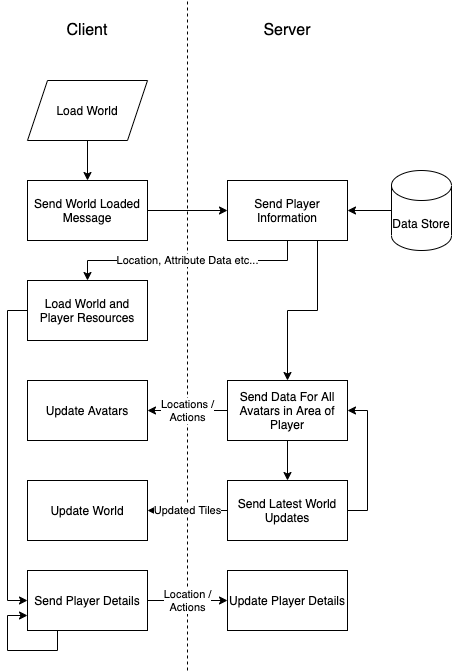
This is documentation/requirements/images/workflow_updating_world_data.drawio.png from snowmeltarcade/projectbirdracing, a draw.io export, as it was before one commit. Source tidied: cells renumbered, new cells last; positions are measured from the earlier drawing's top-left corner, leaving out a move shared by most shapes. Source of this version:
```xml
<mxGraphModel>
  <root>
    <mxCell id="0" />
    <mxCell id="1" parent="0" />
    <mxCell id="2" value="&lt;font style=&quot;font-size: 16px&quot;&gt;Client&lt;/font&gt;" style="text;html=1;strokeColor=none;fillColor=none;align=center;verticalAlign=middle;whiteSpace=wrap;rounded=0;" parent="1" vertex="1">
      <mxGeometry x="60" y="20" width="40" height="20" as="geometry" />
    </mxCell>
    <mxCell id="3" value="&lt;font style=&quot;font-size: 16px&quot;&gt;Server&lt;/font&gt;" style="text;html=1;strokeColor=none;fillColor=none;align=center;verticalAlign=middle;whiteSpace=wrap;rounded=0;" parent="1" vertex="1">
      <mxGeometry x="260" y="20" width="40" height="20" as="geometry" />
    </mxCell>
    <mxCell id="4" style="endArrow=none;dashed=1;html=1;" parent="1" edge="1">
      <mxGeometry relative="1" as="geometry">
        <mxPoint x="180" y="670" as="sourcePoint" />
        <mxPoint x="180" as="targetPoint" />
      </mxGeometry>
    </mxCell>
    <mxCell id="5" style="edgeStyle=orthogonalEdgeStyle;rounded=0;jettySize=auto;html=1;" parent="1" edge="1" source="6" target="8">
      <mxGeometry relative="1" as="geometry" />
    </mxCell>
    <mxCell id="6" value="Load World" style="shape=parallelogram;perimeter=parallelogramPerimeter;whiteSpace=wrap;html=1;fixedSize=1;" parent="1" vertex="1">
      <mxGeometry x="20" y="80" width="120" height="60" as="geometry" />
    </mxCell>
    <mxCell id="7" style="edgeStyle=orthogonalEdgeStyle;rounded=0;jettySize=auto;html=1;" parent="1" edge="1" source="8" target="11">
      <mxGeometry relative="1" as="geometry" />
    </mxCell>
    <mxCell id="8" value="Send World Loaded Message" style="rounded=0;whiteSpace=wrap;html=1;" parent="1" vertex="1">
      <mxGeometry x="20" y="180" width="120" height="60" as="geometry" />
    </mxCell>
    <mxCell id="9" value="Location, Attribute Data etc..." style="edgeStyle=orthogonalEdgeStyle;rounded=0;jettySize=auto;html=1;exitX=0.5;exitY=1;exitDx=0;exitDy=0;entryX=0.5;entryY=0;entryDx=0;entryDy=0;" parent="1" edge="1" source="11" target="15">
      <mxGeometry relative="1" as="geometry" />
    </mxCell>
    <mxCell id="10" style="edgeStyle=orthogonalEdgeStyle;rounded=0;jettySize=auto;html=1;exitX=0.75;exitY=1;exitDx=0;exitDy=0;" parent="1" edge="1" source="11" target="19">
      <mxGeometry relative="1" as="geometry" />
    </mxCell>
    <mxCell id="11" value="Send Player Information&lt;span style=&quot;color: rgba(0 , 0 , 0 , 0) ; font-family: monospace ; font-size: 0px&quot;&gt;%3CmxGraphModel%3E%3Croot%3E%3CmxCell%20id%3D%220%22%2F%3E%3CmxCell%20id%3D%221%22%20parent%3D%220%22%2F%3E%3CmxCell%20id%3D%222%22%20value%3D%22Data%20Store%22%20style%3D%22shape%3Dcylinder3%3BwhiteSpace%3Dwrap%3Bhtml%3D1%3BboundedLbl%3D1%3BbackgroundOutline%3D1%3Bsize%3D15%3B%22%20vertex%3D%221%22%20parent%3D%221%22%3E%3CmxGeometry%20x%3D%22370%22%20y%3D%22460%22%20width%3D%2260%22%20height%3D%2280%22%20as%3D%22geometry%22%2F%3E%3C%2FmxCell%3E%3C%2Froot%3E%3C%2FmxGraphModel%3E&lt;/span&gt;" style="rounded=0;whiteSpace=wrap;html=1;" parent="1" vertex="1">
      <mxGeometry x="220" y="180" width="120" height="60" as="geometry" />
    </mxCell>
    <mxCell id="12" style="edgeStyle=orthogonalEdgeStyle;rounded=0;jettySize=auto;html=1;exitX=0;exitY=0.5;exitDx=0;exitDy=0;exitPerimeter=0;entryX=1;entryY=0.5;entryDx=0;entryDy=0;" parent="1" edge="1" source="13" target="11">
      <mxGeometry relative="1" as="geometry" />
    </mxCell>
    <mxCell id="13" value="Data Store" style="shape=cylinder3;whiteSpace=wrap;html=1;boundedLbl=1;backgroundOutline=1;size=15;" parent="1" vertex="1">
      <mxGeometry x="384" y="170" width="60" height="80" as="geometry" />
    </mxCell>
    <mxCell id="14" style="edgeStyle=orthogonalEdgeStyle;rounded=0;jettySize=auto;html=1;exitX=0;exitY=0.5;exitDx=0;exitDy=0;entryX=0;entryY=0.5;entryDx=0;entryDy=0;" parent="1" edge="1" source="15" target="25">
      <mxGeometry relative="1" as="geometry" />
    </mxCell>
    <mxCell id="15" value="Load World and Player Resources" style="rounded=0;whiteSpace=wrap;html=1;" parent="1" vertex="1">
      <mxGeometry x="20" y="280" width="120" height="60" as="geometry" />
    </mxCell>
    <mxCell id="16" value="Update Avatars" style="rounded=0;whiteSpace=wrap;html=1;" parent="1" vertex="1">
      <mxGeometry x="20" y="380" width="120" height="60" as="geometry" />
    </mxCell>
    <mxCell id="17" value="Locations /&lt;br&gt;Actions" style="edgeStyle=orthogonalEdgeStyle;rounded=0;jettySize=auto;html=1;" parent="1" edge="1" source="19" target="16">
      <mxGeometry relative="1" as="geometry" />
    </mxCell>
    <mxCell id="18" style="edgeStyle=orthogonalEdgeStyle;rounded=0;jettySize=auto;html=1;" parent="1" edge="1" source="19" target="22">
      <mxGeometry relative="1" as="geometry" />
    </mxCell>
    <mxCell id="19" value="Send Data For All Avatars in Area of Player" style="rounded=0;whiteSpace=wrap;html=1;" parent="1" vertex="1">
      <mxGeometry x="220" y="380" width="120" height="60" as="geometry" />
    </mxCell>
    <mxCell id="20" value="Updated Tiles" style="edgeStyle=orthogonalEdgeStyle;rounded=0;jettySize=auto;html=1;" parent="1" edge="1" source="22" target="23">
      <mxGeometry relative="1" as="geometry" />
    </mxCell>
    <mxCell id="21" style="edgeStyle=orthogonalEdgeStyle;rounded=0;jettySize=auto;html=1;exitX=1;exitY=0.5;exitDx=0;exitDy=0;entryX=1;entryY=0.5;entryDx=0;entryDy=0;" parent="1" edge="1" source="22" target="19">
      <mxGeometry relative="1" as="geometry" />
    </mxCell>
    <mxCell id="22" value="Send Latest World Updates" style="rounded=0;whiteSpace=wrap;html=1;" parent="1" vertex="1">
      <mxGeometry x="220" y="480" width="120" height="60" as="geometry" />
    </mxCell>
    <mxCell id="23" value="Update World" style="rounded=0;whiteSpace=wrap;html=1;" parent="1" vertex="1">
      <mxGeometry x="20" y="480" width="120" height="60" as="geometry" />
    </mxCell>
    <mxCell id="24" value="Location /&lt;br&gt;Actions" style="edgeStyle=orthogonalEdgeStyle;rounded=0;jettySize=auto;html=1;" parent="1" edge="1" source="25" target="26">
      <mxGeometry relative="1" as="geometry" />
    </mxCell>
    <mxCell id="25" value="Send Player Details" style="rounded=0;whiteSpace=wrap;html=1;" parent="1" vertex="1">
      <mxGeometry x="20" y="570" width="120" height="60" as="geometry" />
    </mxCell>
    <mxCell id="26" value="Update Player Details" style="rounded=0;whiteSpace=wrap;html=1;" parent="1" vertex="1">
      <mxGeometry x="220" y="570" width="120" height="60" as="geometry" />
    </mxCell>
    <mxCell id="27" style="edgeStyle=orthogonalEdgeStyle;rounded=0;orthogonalLoop=1;jettySize=auto;html=1;exitX=0.25;exitY=1;exitDx=0;exitDy=0;entryX=0;entryY=0.75;entryDx=0;entryDy=0;" parent="1" edge="1" source="25" target="25">
      <mxGeometry relative="1" as="geometry">
        <Array as="points">
          <mxPoint x="50" y="650" />
          <mxPoint y="650" />
          <mxPoint y="615" />
        </Array>
      </mxGeometry>
    </mxCell>
  </root>
</mxGraphModel>
```
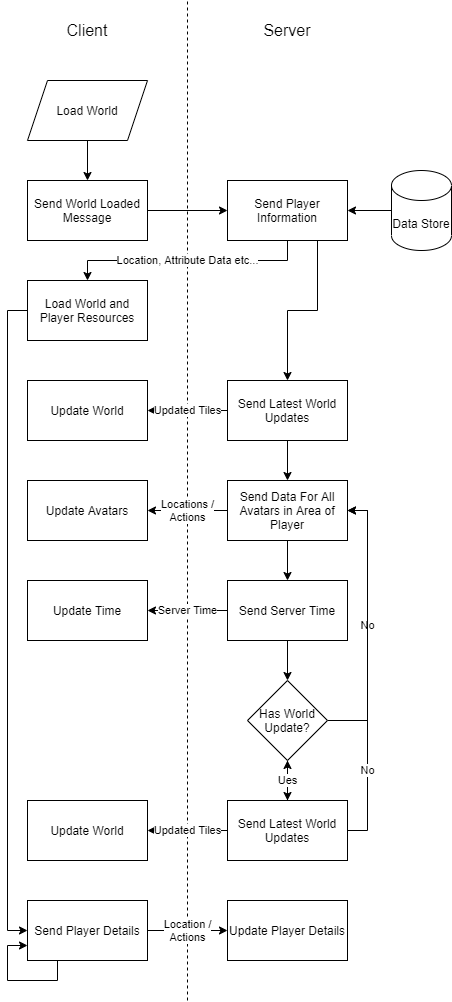
Later version of the same file.

What changed in the source:
```diff
@@ -10,7 +10,7 @@
     </mxCell>
     <mxCell id="4" style="endArrow=none;dashed=1;html=1;" parent="1" edge="1">
       <mxGeometry relative="1" as="geometry">
-        <mxPoint x="180" y="670" as="sourcePoint" />
+        <mxPoint x="180" y="1000" as="sourcePoint" />
         <mxPoint x="180" as="targetPoint" />
       </mxGeometry>
     </mxCell>
@@ -29,9 +29,9 @@
     <mxCell id="9" value="Location, Attribute Data etc..." style="edgeStyle=orthogonalEdgeStyle;rounded=0;jettySize=auto;html=1;exitX=0.5;exitY=1;exitDx=0;exitDy=0;entryX=0.5;entryY=0;entryDx=0;entryDy=0;" parent="1" edge="1" source="11" target="15">
       <mxGeometry relative="1" as="geometry" />
     </mxCell>
-    <mxCell id="10" style="edgeStyle=orthogonalEdgeStyle;rounded=0;jettySize=auto;html=1;exitX=0.75;exitY=1;exitDx=0;exitDy=0;" parent="1" edge="1" source="11" target="19">
-      <mxGeometry relative="1" as="geometry" />
-    </mxCell>
+    <mxCell id="28" style="edgeStyle=orthogonalEdgeStyle;rounded=0;jettySize=auto;html=1;exitX=0.75;exitY=1;exitDx=0;exitDy=0;" parent="1" edge="1" source="11" target="22">
+      <mxGeometry relative="1" as="geometry" />
+    </mxCell>
     <mxCell id="11" value="Send Player Information&lt;span style=&quot;color: rgba(0 , 0 , 0 , 0) ; font-family: monospace ; font-size: 0px&quot;&gt;%3CmxGraphModel%3E%3Croot%3E%3CmxCell%20id%3D%220%22%2F%3E%3CmxCell%20id%3D%221%22%20parent%3D%220%22%2F%3E%3CmxCell%20id%3D%222%22%20value%3D%22Data%20Store%22%20style%3D%22shape%3Dcylinder3%3BwhiteSpace%3Dwrap%3Bhtml%3D1%3BboundedLbl%3D1%3BbackgroundOutline%3D1%3Bsize%3D15%3B%22%20vertex%3D%221%22%20parent%3D%221%22%3E%3CmxGeometry%20x%3D%22370%22%20y%3D%22460%22%20width%3D%2260%22%20height%3D%2280%22%20as%3D%22geometry%22%2F%3E%3C%2FmxCell%3E%3C%2Froot%3E%3C%2FmxGraphModel%3E&lt;/span&gt;" style="rounded=0;whiteSpace=wrap;html=1;" parent="1" vertex="1">
       <mxGeometry x="220" y="180" width="120" height="60" as="geometry" />
     </mxCell>
@@ -48,46 +48,87 @@
       <mxGeometry x="20" y="280" width="120" height="60" as="geometry" />
     </mxCell>
     <mxCell id="16" value="Update Avatars" style="rounded=0;whiteSpace=wrap;html=1;" parent="1" vertex="1">
-      <mxGeometry x="20" y="380" width="120" height="60" as="geometry" />
+      <mxGeometry x="20" y="480" width="120" height="60" as="geometry" />
     </mxCell>
     <mxCell id="17" value="Locations /&lt;br&gt;Actions" style="edgeStyle=orthogonalEdgeStyle;rounded=0;jettySize=auto;html=1;" parent="1" edge="1" source="19" target="16">
       <mxGeometry relative="1" as="geometry" />
     </mxCell>
-    <mxCell id="18" style="edgeStyle=orthogonalEdgeStyle;rounded=0;jettySize=auto;html=1;" parent="1" edge="1" source="19" target="22">
-      <mxGeometry relative="1" as="geometry" />
-    </mxCell>
+    <mxCell id="29" style="edgeStyle=orthogonalEdgeStyle;rounded=0;jettySize=auto;html=1;" parent="1" edge="1" source="19" target="32">
+      <mxGeometry relative="1" as="geometry" />
+    </mxCell>
     <mxCell id="19" value="Send Data For All Avatars in Area of Player" style="rounded=0;whiteSpace=wrap;html=1;" parent="1" vertex="1">
-      <mxGeometry x="220" y="380" width="120" height="60" as="geometry" />
+      <mxGeometry x="220" y="480" width="120" height="60" as="geometry" />
     </mxCell>
     <mxCell id="20" value="Updated Tiles" style="edgeStyle=orthogonalEdgeStyle;rounded=0;jettySize=auto;html=1;" parent="1" edge="1" source="22" target="23">
       <mxGeometry relative="1" as="geometry" />
     </mxCell>
-    <mxCell id="21" style="edgeStyle=orthogonalEdgeStyle;rounded=0;jettySize=auto;html=1;exitX=1;exitY=0.5;exitDx=0;exitDy=0;entryX=1;entryY=0.5;entryDx=0;entryDy=0;" parent="1" edge="1" source="22" target="19">
+    <mxCell id="21" style="edgeStyle=orthogonalEdgeStyle;rounded=0;jettySize=auto;html=1;exitX=0.5;exitY=1;exitDx=0;exitDy=0;entryX=0.5;entryY=0;entryDx=0;entryDy=0;" parent="1" edge="1" source="22" target="19">
       <mxGeometry relative="1" as="geometry" />
     </mxCell>
     <mxCell id="22" value="Send Latest World Updates" style="rounded=0;whiteSpace=wrap;html=1;" parent="1" vertex="1">
-      <mxGeometry x="220" y="480" width="120" height="60" as="geometry" />
+      <mxGeometry x="220" y="380" width="120" height="60" as="geometry" />
     </mxCell>
     <mxCell id="23" value="Update World" style="rounded=0;whiteSpace=wrap;html=1;" parent="1" vertex="1">
-      <mxGeometry x="20" y="480" width="120" height="60" as="geometry" />
+      <mxGeometry x="20" y="380" width="120" height="60" as="geometry" />
     </mxCell>
     <mxCell id="24" value="Location /&lt;br&gt;Actions" style="edgeStyle=orthogonalEdgeStyle;rounded=0;jettySize=auto;html=1;" parent="1" edge="1" source="25" target="26">
       <mxGeometry relative="1" as="geometry" />
     </mxCell>
     <mxCell id="25" value="Send Player Details" style="rounded=0;whiteSpace=wrap;html=1;" parent="1" vertex="1">
-      <mxGeometry x="20" y="570" width="120" height="60" as="geometry" />
+      <mxGeometry x="20" y="900" width="120" height="60" as="geometry" />
     </mxCell>
     <mxCell id="26" value="Update Player Details" style="rounded=0;whiteSpace=wrap;html=1;" parent="1" vertex="1">
-      <mxGeometry x="220" y="570" width="120" height="60" as="geometry" />
+      <mxGeometry x="220" y="900" width="120" height="60" as="geometry" />
     </mxCell>
     <mxCell id="27" style="edgeStyle=orthogonalEdgeStyle;rounded=0;orthogonalLoop=1;jettySize=auto;html=1;exitX=0.25;exitY=1;exitDx=0;exitDy=0;entryX=0;entryY=0.75;entryDx=0;entryDy=0;" parent="1" edge="1" source="25" target="25">
       <mxGeometry relative="1" as="geometry">
         <Array as="points">
-          <mxPoint x="50" y="650" />
-          <mxPoint y="650" />
-          <mxPoint y="615" />
+          <mxPoint x="50" y="980" />
+          <mxPoint y="980" />
+          <mxPoint y="945" />
         </Array>
       </mxGeometry>
     </mxCell>
+    <mxCell id="30" value="Server Time" style="edgeStyle=orthogonalEdgeStyle;rounded=0;jettySize=auto;html=1;" parent="1" edge="1" source="32" target="33">
+      <mxGeometry relative="1" as="geometry" />
+    </mxCell>
+    <mxCell id="31" style="edgeStyle=orthogonalEdgeStyle;rounded=0;jettySize=auto;html=1;" parent="1" edge="1" source="32" target="36">
+      <mxGeometry relative="1" as="geometry" />
+    </mxCell>
+    <mxCell id="32" value="Send Server Time" style="rounded=0;whiteSpace=wrap;html=1;" parent="1" vertex="1">
+      <mxGeometry x="220" y="580" width="120" height="60" as="geometry" />
+    </mxCell>
+    <mxCell id="33" value="Update Time" style="rounded=0;whiteSpace=wrap;html=1;" parent="1" vertex="1">
+      <mxGeometry x="20" y="580" width="120" height="60" as="geometry" />
+    </mxCell>
+    <mxCell id="34" value="No" style="edgeStyle=orthogonalEdgeStyle;rounded=0;jettySize=auto;html=1;exitX=1;exitY=0.5;exitDx=0;exitDy=0;entryX=1;entryY=0.5;entryDx=0;entryDy=0;" parent="1" edge="1" source="36" target="19">
+      <mxGeometry relative="1" as="geometry">
+        <Array as="points">
+          <mxPoint x="360" y="720" />
+          <mxPoint x="360" y="510" />
+        </Array>
+      </mxGeometry>
+    </mxCell>
+    <mxCell id="35" style="edgeStyle=orthogonalEdgeStyle;rounded=0;jettySize=auto;html=1;" parent="1" edge="1" source="36" target="40">
+      <mxGeometry relative="1" as="geometry" />
+    </mxCell>
+    <mxCell id="36" value="Has World Update?" style="rhombus;whiteSpace=wrap;html=1;" parent="1" vertex="1">
+      <mxGeometry x="240" y="680" width="80" height="80" as="geometry" />
+    </mxCell>
+    <mxCell id="37" value="Updated Tiles" style="edgeStyle=orthogonalEdgeStyle;rounded=0;jettySize=auto;html=1;" parent="1" edge="1" source="40" target="41">
+      <mxGeometry relative="1" as="geometry" />
+    </mxCell>
+    <mxCell id="38" value="Ues" style="edgeStyle=orthogonalEdgeStyle;rounded=0;jettySize=auto;html=1;" parent="1" edge="1" source="40" target="36">
+      <mxGeometry relative="1" as="geometry" />
+    </mxCell>
+    <mxCell id="39" value="No" style="edgeStyle=orthogonalEdgeStyle;rounded=0;jettySize=auto;html=1;exitX=1;exitY=0.5;exitDx=0;exitDy=0;entryX=1;entryY=0.5;entryDx=0;entryDy=0;" parent="1" edge="1" source="40" target="19">
+      <mxGeometry x="-0.56" relative="1" as="geometry" />
+    </mxCell>
+    <mxCell id="40" value="Send Latest World Updates" style="rounded=0;whiteSpace=wrap;html=1;" parent="1" vertex="1">
+      <mxGeometry x="220" y="800" width="120" height="60" as="geometry" />
+    </mxCell>
+    <mxCell id="41" value="Update World" style="rounded=0;whiteSpace=wrap;html=1;" parent="1" vertex="1">
+      <mxGeometry x="20" y="800" width="120" height="60" as="geometry" />
+    </mxCell>
   </root>
 </mxGraphModel>
```
